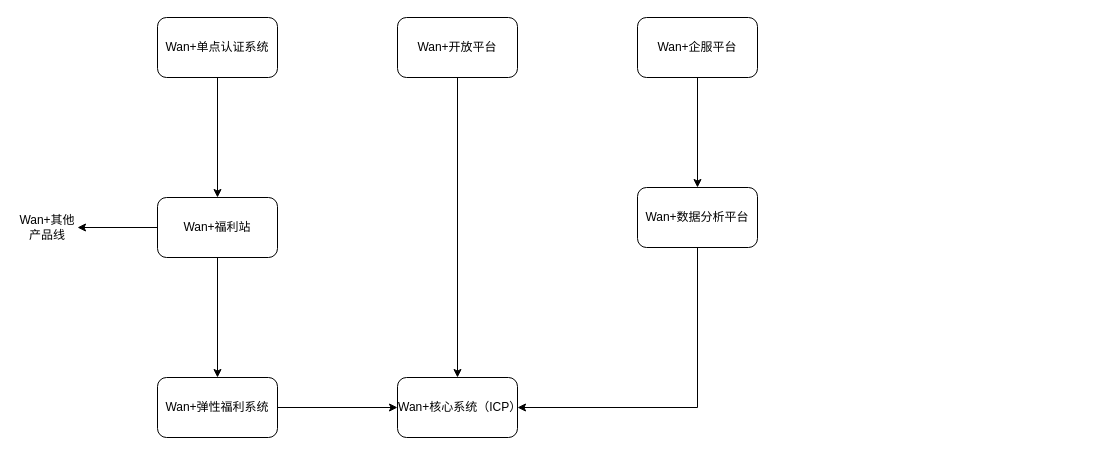
bensjohn/draw.io keeps this draw.io diagram as 福利产品线.drawio. Above is the earlier version. Source tidied: cells renumbered, new cells numbered last; positions are measured from the earlier drawing's top-left corner, leaving out a move shared by most shapes. Both pictures are drawn from the tidied source at 100%, with x=0, y=0 at pixel (17, 17).
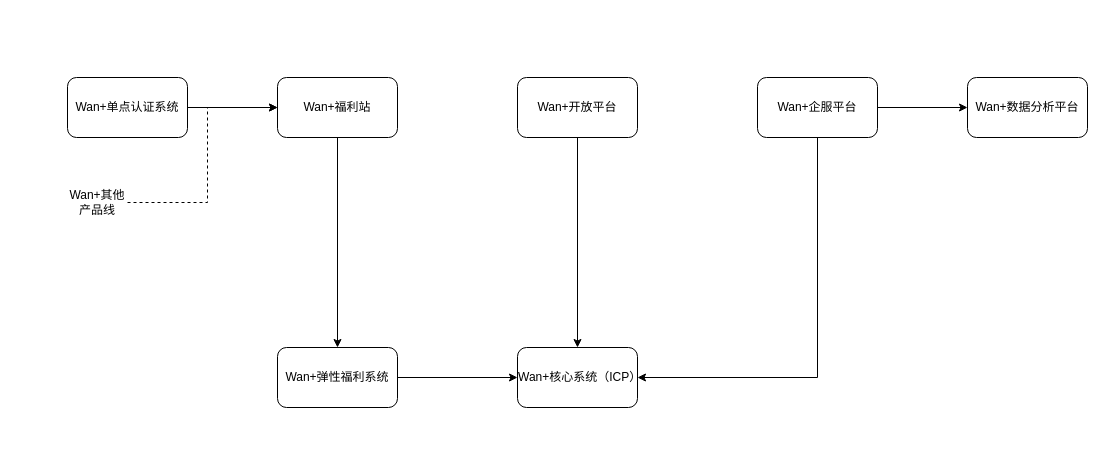
The same diagram, later.

Commit message:
更新福利产品线.drawio

Change to the diagram source:
```diff
@@
 <mxGraphModel>
   <root>
     <mxCell id="0" />
     <mxCell id="1" parent="0" />
     <mxCell id="2" style="edgeStyle=orthogonalEdgeStyle;rounded=0;jettySize=auto;html=1;" parent="1" edge="1" source="4" target="15">
       <mxGeometry relative="1" as="geometry" />
     </mxCell>
-    <mxCell id="3" style="edgeStyle=orthogonalEdgeStyle;rounded=0;jettySize=auto;html=1;entryX=1;entryY=0.5;entryDx=0;entryDy=0;" parent="1" edge="1" source="4" target="16">
-      <mxGeometry relative="1" as="geometry" />
-    </mxCell>
     <mxCell id="4" value="Wan+福利站" style="rounded=1;whiteSpace=wrap;html=1;" parent="1" vertex="1">
-      <mxGeometry x="140" y="180" width="120" height="60" as="geometry" />
+      <mxGeometry x="260" y="60" width="120" height="60" as="geometry" />
     </mxCell>
     <mxCell id="5" style="edgeStyle=orthogonalEdgeStyle;rounded=0;jettySize=auto;html=1;" parent="1" edge="1" source="6" target="4">
       <mxGeometry relative="1" as="geometry" />
     </mxCell>
     <mxCell id="6" value="Wan+单点认证系统" style="rounded=1;whiteSpace=wrap;html=1;" parent="1" vertex="1">
-      <mxGeometry x="140" width="120" height="60" as="geometry" />
+      <mxGeometry x="50" y="60" width="120" height="60" as="geometry" />
     </mxCell>
     <mxCell id="7" style="edgeStyle=orthogonalEdgeStyle;rounded=0;jettySize=auto;html=1;entryX=0.5;entryY=0;entryDx=0;entryDy=0;" parent="1" edge="1" source="8" target="11">
       <mxGeometry relative="1" as="geometry" />
     </mxCell>
     <mxCell id="8" value="Wan+开放平台" style="rounded=1;whiteSpace=wrap;html=1;" parent="1" vertex="1">
-      <mxGeometry x="380" width="120" height="60" as="geometry" />
+      <mxGeometry x="500" y="60" width="120" height="60" as="geometry" />
     </mxCell>
-    <mxCell id="9" style="edgeStyle=orthogonalEdgeStyle;rounded=0;jettySize=auto;html=1;" parent="1" edge="1" source="10" target="13">
+    <mxCell id="9" style="edgeStyle=orthogonalEdgeStyle;rounded=0;jettySize=auto;html=1;entryX=1;entryY=0.5;entryDx=0;entryDy=0;exitX=0.5;exitY=1;exitDx=0;exitDy=0;" parent="1" edge="1" source="10" target="11">
       <mxGeometry relative="1" as="geometry" />
     </mxCell>
+    <mxCell id="17" style="edgeStyle=orthogonalEdgeStyle;rounded=0;jettySize=auto;html=1;entryX=0;entryY=0.5;entryDx=0;entryDy=0;" parent="1" edge="1" source="10" target="13">
+      <mxGeometry relative="1" as="geometry" />
+    </mxCell>
     <mxCell id="10" value="Wan+企服平台" style="rounded=1;whiteSpace=wrap;html=1;" parent="1" vertex="1">
-      <mxGeometry x="620" width="120" height="60" as="geometry" />
+      <mxGeometry x="740" y="60" width="120" height="60" as="geometry" />
     </mxCell>
     <mxCell id="11" value="Wan+核心系统（ICP）" style="rounded=1;whiteSpace=wrap;html=1;" parent="1" vertex="1">
-      <mxGeometry x="380" y="360" width="120" height="60" as="geometry" />
+      <mxGeometry x="500" y="330" width="120" height="60" as="geometry" />
     </mxCell>
-    <mxCell id="12" style="edgeStyle=orthogonalEdgeStyle;rounded=0;jettySize=auto;html=1;entryX=1;entryY=0.5;entryDx=0;entryDy=0;exitX=0.5;exitY=1;exitDx=0;exitDy=0;" parent="1" edge="1" source="13" target="11">
-      <mxGeometry relative="1" as="geometry" />
-    </mxCell>
-    <mxCell id="13" value="Wan+数据分析平台" style="rounded=1;whiteSpace=wrap;html=1;" parent="1" vertex="1">
-      <mxGeometry x="620" y="170" width="120" height="60" as="geometry" />
-    </mxCell>
     <mxCell id="14" style="edgeStyle=orthogonalEdgeStyle;rounded=0;jettySize=auto;html=1;entryX=0;entryY=0.5;entryDx=0;entryDy=0;" parent="1" edge="1" source="15" target="11">
       <mxGeometry relative="1" as="geometry" />
     </mxCell>
     <mxCell id="15" value="Wan+弹性福利系统" style="rounded=1;whiteSpace=wrap;html=1;" parent="1" vertex="1">
-      <mxGeometry x="140" y="360" width="120" height="60" as="geometry" />
+      <mxGeometry x="260" y="330" width="120" height="60" as="geometry" />
     </mxCell>
+    <mxCell id="18" style="edgeStyle=orthogonalEdgeStyle;rounded=0;jettySize=auto;html=1;dashed=1;" parent="1" edge="1" source="16">
+      <mxGeometry relative="1" as="geometry">
+        <mxPoint x="260" y="90" as="targetPoint" />
+        <Array as="points">
+          <mxPoint x="190" y="185" />
+          <mxPoint x="190" y="90" />
+        </Array>
+      </mxGeometry>
+    </mxCell>
     <mxCell id="16" value="Wan+其他产品线" style="text;html=1;whiteSpace=wrap;strokeColor=none;fillColor=none;align=center;verticalAlign=middle;rounded=0;" parent="1" vertex="1">
-      <mxGeometry y="195" width="60" height="30" as="geometry" />
+      <mxGeometry x="50" y="170" width="60" height="30" as="geometry" />
     </mxCell>
+    <mxCell id="13" value="Wan+数据分析平台" style="rounded=1;whiteSpace=wrap;html=1;" parent="1" vertex="1">
+      <mxGeometry x="950" y="60" width="120" height="60" as="geometry" />
+    </mxCell>
   </root>
 </mxGraphModel>
```
